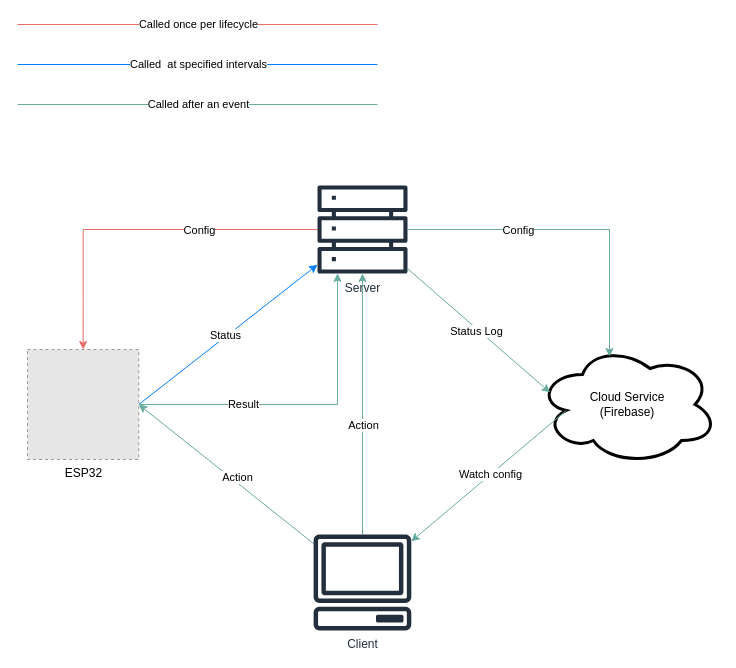
Earlier version of the draw.io diagram system_design.drawio (dev-tronghieu/laplalaplanh). Source tidied: cells renumbered, new cells numbered last; positions are measured from the earlier drawing's top-left corner, leaving out a move shared by most shapes. Both pictures are drawn from the tidied source at 100%, with x=0, y=0 at pixel (17, 24). Pictures stored in the file or linked from it are replaced by grey dashed boxes.
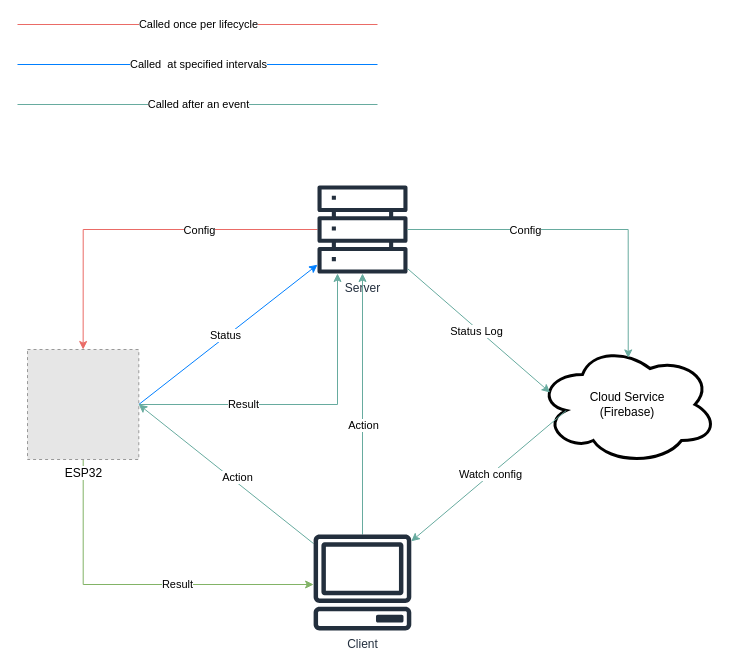
After the change.

Commit message:
docs: add "Result" flow from device to client

Unchanged cells that the change refers to:
```xml
<mxCell id="2" value="Cloud Service&lt;br&gt;(Firebase)" style="ellipse;shape=cloud;whiteSpace=wrap;html=1;strokeWidth=3;" parent="1" vertex="1">
  <mxGeometry x="520" y="320" width="180" height="120" as="geometry" />
</mxCell>
<mxCell id="5" value="Server" style="sketch=0;outlineConnect=0;fontColor=#232F3E;gradientColor=none;fillColor=#232F3D;strokeColor=none;dashed=0;verticalLabelPosition=bottom;verticalAlign=top;align=center;html=1;fontSize=12;fontStyle=0;shape=mxgraph.aws4.servers;" parent="1" vertex="1">
  <mxGeometry x="300" y="160" width="90" height="90" as="geometry" />
</mxCell>
<mxCell id="10" value="ESP32" style="fillColor=#E6E6E6;strokeColor=#999999;dashed=1;html=1;verticalAlign=top;verticalLabelPosition=bottom;labelBackgroundColor=#ffffff;" parent="1" vertex="1">
  <mxGeometry x="10" y="325" width="111.3" height="110" as="geometry" />
</mxCell>
<mxCell id="17" value="Client" style="sketch=0;outlineConnect=0;fontColor=#232F3E;gradientColor=none;fillColor=#232F3D;strokeColor=none;dashed=0;verticalLabelPosition=bottom;verticalAlign=top;align=center;html=1;fontSize=12;fontStyle=0;shape=mxgraph.aws4.client;fontFamily=Helvetica;" parent="1" vertex="1">
  <mxGeometry x="295.7" y="510" width="98.5" height="96" as="geometry" />
</mxCell>
```

Change to the diagram source:
```diff
@@
+    <mxCell id="28" style="edgeStyle=orthogonalEdgeStyle;rounded=0;jettySize=auto;html=1;fillColor=#d5e8d4;strokeColor=#82b366;" parent="1" edge="1" source="10" target="17">
+      <mxGeometry relative="1" as="geometry">
+        <Array as="points">
+          <mxPoint x="66" y="560" />
+        </Array>
+      </mxGeometry>
+    </mxCell>
+    <mxCell id="29" value="Result" style="edgeLabel;html=1;align=center;verticalAlign=middle;" parent="28" vertex="1">
+      <mxGeometry x="0.23" y="1" relative="1" as="geometry" />
+    </mxCell>
@@
-    <mxCell id="26" style="edgeStyle=orthogonalEdgeStyle;rounded=0;jettySize=auto;html=1;entryX=0.4;entryY=0.1;entryDx=0;entryDy=0;entryPerimeter=0;strokeColor=#67AB9F;" parent="1" edge="1" source="5" target="2">
+    <mxCell id="26" style="edgeStyle=orthogonalEdgeStyle;rounded=0;jettySize=auto;html=1;entryX=0.504;entryY=0.112;entryDx=0;entryDy=0;entryPerimeter=0;strokeColor=#67AB9F;" parent="1" edge="1" source="5" target="2">
       <mxGeometry relative="1" as="geometry" />
     </mxCell>
```
